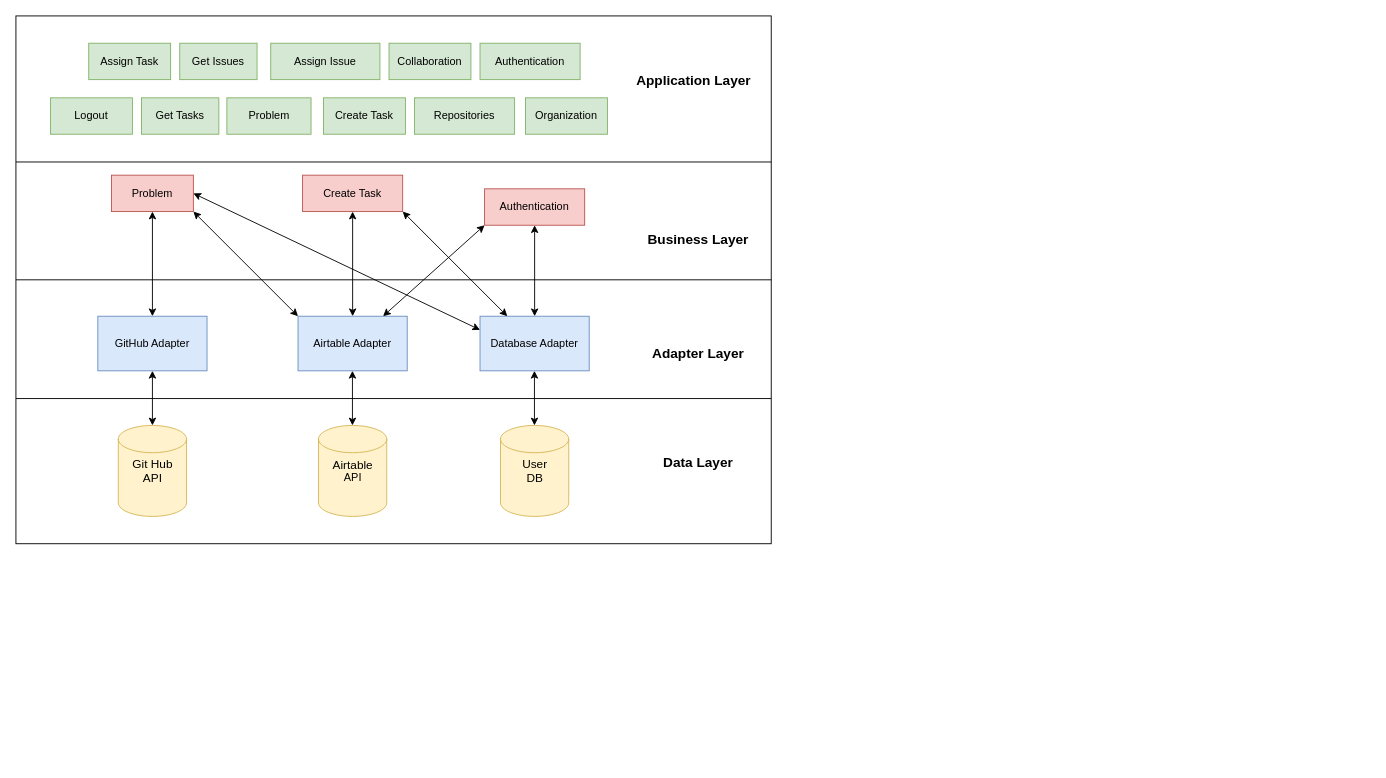
Before: page "Page-1" (1 of 2) of documents/schema.drawio in lucagump/eagle-bot-api, a draw.io diagram. Source tidied: cells renumbered, new cells numbered last; positions are measured from the earlier drawing's top-left corner, leaving out a move shared by most shapes. Both pictures are drawn from the tidied source at 91%, with x=0, y=0 at pixel (15, 15).
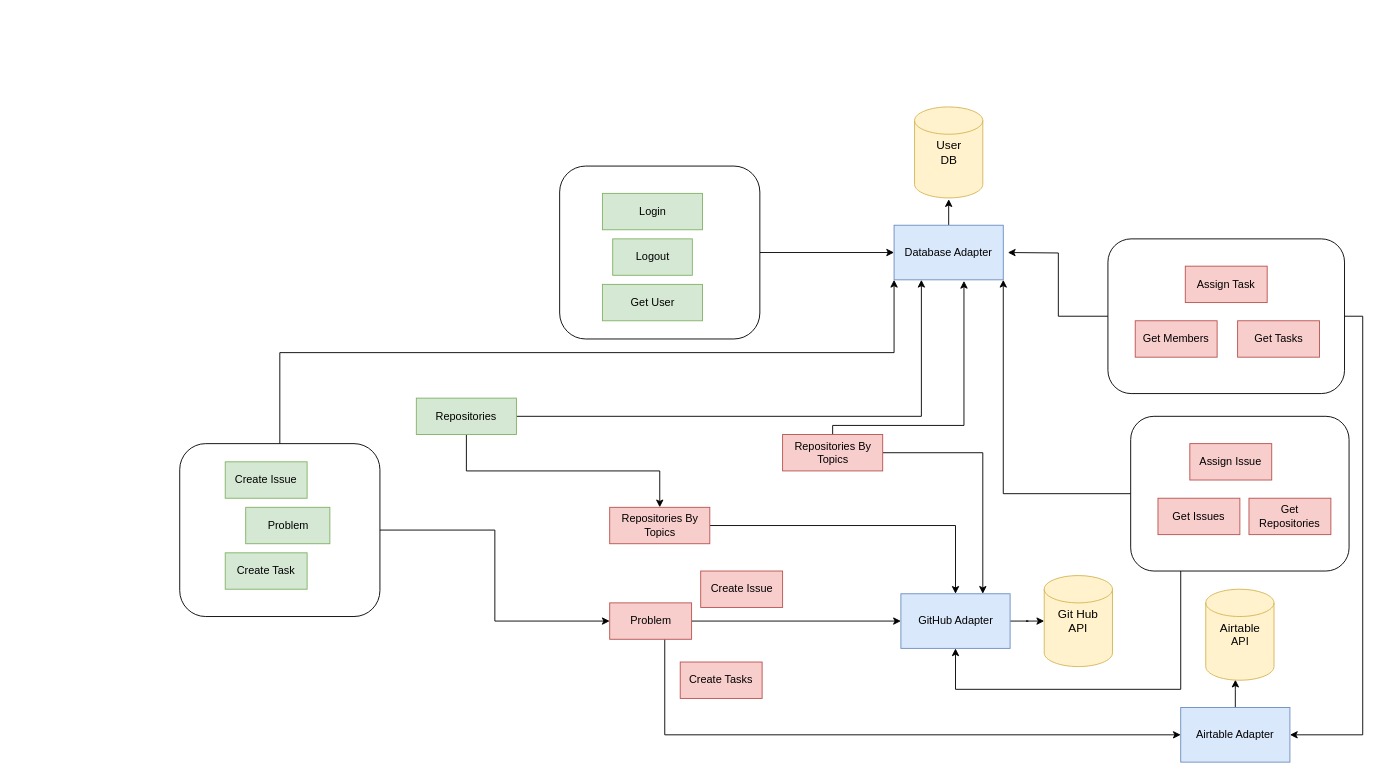
Above is the later version.

Change to the diagram source:
```diff
@@
-    <mxCell id="2" style="rounded=0;whiteSpace=wrap;html=1;fontSize=15;" parent="1" vertex="1">
-      <mxGeometry width="830" height="580" as="geometry" />
-    </mxCell>
+    <mxCell id="40" style="edgeStyle=orthogonalEdgeStyle;rounded=0;jettySize=auto;html=1;entryX=0.5;entryY=1;entryDx=0;entryDy=0;" parent="1" edge="1" source="42" target="4">
+      <mxGeometry relative="1" as="geometry">
+        <Array as="points">
+          <mxPoint x="1280" y="740" />
+          <mxPoint x="1033" y="740" />
+        </Array>
+      </mxGeometry>
+    </mxCell>
+    <mxCell id="41" style="edgeStyle=orthogonalEdgeStyle;rounded=0;jettySize=auto;html=1;entryX=1;entryY=1;entryDx=0;entryDy=0;" parent="1" edge="1" source="42" target="5">
+      <mxGeometry relative="1" as="geometry" />
+    </mxCell>
+    <mxCell id="42" style="rounded=1;whiteSpace=wrap;html=1;" parent="1" vertex="1">
+      <mxGeometry x="1225" y="440" width="240" height="170" as="geometry" />
+    </mxCell>
+    <mxCell id="43" style="edgeStyle=orthogonalEdgeStyle;rounded=0;jettySize=auto;html=1;entryX=0;entryY=0.5;entryDx=0;entryDy=0;" parent="1" edge="1" source="44" target="5">
+      <mxGeometry relative="1" as="geometry" />
+    </mxCell>
+    <mxCell id="44" style="rounded=1;whiteSpace=wrap;html=1;" parent="1" vertex="1">
+      <mxGeometry x="597.5" y="165" width="220" height="190" as="geometry" />
+    </mxCell>
+    <mxCell id="45" style="rounded=1;whiteSpace=wrap;html=1;" parent="1" vertex="1">
+      <mxGeometry x="180" y="470" width="220" height="190" as="geometry" />
+    </mxCell>
+    <mxCell id="46" style="edgeStyle=orthogonalEdgeStyle;rounded=0;jettySize=auto;html=1;" parent="1" edge="1" source="48">
+      <mxGeometry relative="1" as="geometry">
+        <mxPoint x="1090" y="260" as="targetPoint" />
+      </mxGeometry>
+    </mxCell>
+    <mxCell id="47" style="edgeStyle=orthogonalEdgeStyle;rounded=0;jettySize=auto;html=1;entryX=1;entryY=0.5;entryDx=0;entryDy=0;" parent="1" edge="1" source="48" target="6">
+      <mxGeometry relative="1" as="geometry">
+        <Array as="points">
+          <mxPoint x="1480" y="330" />
+          <mxPoint x="1480" y="790" />
+        </Array>
+      </mxGeometry>
+    </mxCell>
+    <mxCell id="48" style="rounded=1;whiteSpace=wrap;html=1;" parent="1" vertex="1">
+      <mxGeometry x="1200" y="245" width="260" height="170" as="geometry" />
+    </mxCell>
+    <mxCell id="49" style="edgeStyle=orthogonalEdgeStyle;rounded=0;jettySize=auto;html=1;entryX=0.501;entryY=1.014;entryDx=0;entryDy=0;entryPerimeter=0;" parent="1" edge="1" source="5" target="8">
+      <mxGeometry relative="1" as="geometry" />
+    </mxCell>
+    <mxCell id="5" value="Database Adapter" style="rounded=0;whiteSpace=wrap;html=1;fillColor=#dae8fc;strokeColor=#6c8ebf;" parent="1" vertex="1">
+      <mxGeometry x="965" y="230" width="120" height="60" as="geometry" />
+    </mxCell>
+    <mxCell id="8" value="&lt;span style=&quot;font-size: 13px&quot;&gt;User&lt;br&gt;DB&lt;br&gt;&lt;/span&gt;" style="shape=cylinder2;whiteSpace=wrap;html=1;boundedLbl=1;backgroundOutline=1;size=15;spacing=2;labelPosition=center;verticalLabelPosition=middle;align=center;verticalAlign=middle;horizontal=1;fillColor=#fff2cc;strokeColor=#d6b656;" parent="1" vertex="1">
+      <mxGeometry x="987.5" y="100" width="75" height="100" as="geometry" />
+    </mxCell>
+    <mxCell id="50" style="edgeStyle=orthogonalEdgeStyle;rounded=0;jettySize=auto;html=1;entryX=0.435;entryY=0.994;entryDx=0;entryDy=0;entryPerimeter=0;" parent="1" edge="1" source="6" target="7">
+      <mxGeometry relative="1" as="geometry" />
+    </mxCell>
+    <mxCell id="6" value="Airtable Adapter" style="rounded=0;whiteSpace=wrap;html=1;fillColor=#dae8fc;strokeColor=#6c8ebf;" parent="1" vertex="1">
+      <mxGeometry x="1280" y="760" width="120" height="60" as="geometry" />
+    </mxCell>
+    <mxCell id="51" style="edgeStyle=orthogonalEdgeStyle;rounded=0;jettySize=auto;html=1;exitX=1;exitY=0.5;exitDx=0;exitDy=0;" parent="1" edge="1" source="4" target="3">
+      <mxGeometry relative="1" as="geometry" />
+    </mxCell>
+    <mxCell id="4" value="GitHub Adapter" style="rounded=0;whiteSpace=wrap;html=1;fillColor=#dae8fc;strokeColor=#6c8ebf;" parent="1" vertex="1">
+      <mxGeometry x="972.5" y="635" width="120" height="60" as="geometry" />
+    </mxCell>
     <mxCell id="3" value="&lt;font style=&quot;font-size: 13px&quot;&gt;Git Hub&lt;br&gt;API&lt;/font&gt;" style="shape=cylinder2;whiteSpace=wrap;html=1;boundedLbl=1;backgroundOutline=1;size=15;spacing=2;labelPosition=center;verticalLabelPosition=middle;align=center;verticalAlign=middle;horizontal=1;fillColor=#fff2cc;strokeColor=#d6b656;" parent="1" vertex="1">
-      <mxGeometry x="112.5" y="450" width="75" height="100" as="geometry" />
+      <mxGeometry x="1130" y="615" width="75" height="100" as="geometry" />
     </mxCell>
-    <mxCell id="4" value="GitHub Adapter" style="rounded=0;whiteSpace=wrap;html=1;fillColor=#dae8fc;strokeColor=#6c8ebf;" parent="1" vertex="1">
-      <mxGeometry x="90" y="330" width="120" height="60" as="geometry" />
-    </mxCell>
-    <mxCell id="5" value="Database Adapter" style="rounded=0;whiteSpace=wrap;html=1;fillColor=#dae8fc;strokeColor=#6c8ebf;" parent="1" vertex="1">
-      <mxGeometry x="510" y="330" width="120" height="60" as="geometry" />
-    </mxCell>
-    <mxCell id="6" value="Airtable Adapter" style="rounded=0;whiteSpace=wrap;html=1;fillColor=#dae8fc;strokeColor=#6c8ebf;" parent="1" vertex="1">
-      <mxGeometry x="310" y="330" width="120" height="60" as="geometry" />
-    </mxCell>
+    <mxCell id="52" value="Login" style="rounded=0;whiteSpace=wrap;html=1;fillColor=#d5e8d4;strokeColor=#82b366;" parent="1" vertex="1">
+      <mxGeometry x="644.5" y="195" width="110" height="40" as="geometry" />
+    </mxCell>
+    <mxCell id="21" value="Logout" style="rounded=0;whiteSpace=wrap;html=1;fillColor=#d5e8d4;strokeColor=#82b366;" parent="1" vertex="1">
+      <mxGeometry x="655.8" y="245" width="87.5" height="40" as="geometry" />
+    </mxCell>
+    <mxCell id="24" value="Create Task" style="rounded=0;whiteSpace=wrap;html=1;fillColor=#d5e8d4;strokeColor=#82b366;" parent="1" vertex="1">
+      <mxGeometry x="230" y="590" width="90" height="40" as="geometry" />
+    </mxCell>
+    <mxCell id="53" style="edgeStyle=orthogonalEdgeStyle;rounded=0;jettySize=auto;html=1;entryX=0;entryY=0.5;entryDx=0;entryDy=0;exitX=1;exitY=0.5;exitDx=0;exitDy=0;" parent="1" edge="1" source="45" target="26">
+      <mxGeometry relative="1" as="geometry" />
+    </mxCell>
+    <mxCell id="54" style="edgeStyle=orthogonalEdgeStyle;rounded=0;jettySize=auto;html=1;entryX=0;entryY=1;entryDx=0;entryDy=0;exitX=0.5;exitY=0;exitDx=0;exitDy=0;" parent="1" edge="1" source="45" target="5">
+      <mxGeometry relative="1" as="geometry">
+        <Array as="points">
+          <mxPoint x="290" y="370" />
+          <mxPoint x="965" y="370" />
+        </Array>
+      </mxGeometry>
+    </mxCell>
+    <mxCell id="25" value="Problem" style="rounded=0;whiteSpace=wrap;html=1;fillColor=#d5e8d4;strokeColor=#82b366;" parent="1" vertex="1">
+      <mxGeometry x="252.5" y="540" width="92.5" height="40" as="geometry" />
+    </mxCell>
+    <mxCell id="55" style="edgeStyle=orthogonalEdgeStyle;rounded=0;jettySize=auto;html=1;exitX=0.5;exitY=1;exitDx=0;exitDy=0;entryX=0.5;entryY=0;entryDx=0;entryDy=0;" parent="1" edge="1" source="36" target="60">
+      <mxGeometry relative="1" as="geometry" />
+    </mxCell>
+    <mxCell id="56" style="edgeStyle=orthogonalEdgeStyle;rounded=0;jettySize=auto;html=1;entryX=0.25;entryY=1;entryDx=0;entryDy=0;" parent="1" edge="1" source="36" target="5">
+      <mxGeometry relative="1" as="geometry" />
+    </mxCell>
+    <mxCell id="36" value="Repositories" style="rounded=0;whiteSpace=wrap;html=1;fillColor=#d5e8d4;strokeColor=#82b366;" parent="1" vertex="1">
+      <mxGeometry x="440" y="420" width="110" height="40" as="geometry" />
+    </mxCell>
+    <mxCell id="57" value="Get User" style="rounded=0;whiteSpace=wrap;html=1;fillColor=#d5e8d4;strokeColor=#82b366;" parent="1" vertex="1">
+      <mxGeometry x="644.5" y="295" width="110" height="40" as="geometry" />
+    </mxCell>
+    <mxCell id="29" style="edgeStyle=orthogonalEdgeStyle;rounded=0;jettySize=auto;html=1;" parent="1" edge="1" source="26" target="4">
+      <mxGeometry relative="1" as="geometry" />
+    </mxCell>
+    <mxCell id="27" style="edgeStyle=orthogonalEdgeStyle;rounded=0;jettySize=auto;html=1;entryX=0;entryY=0.5;entryDx=0;entryDy=0;" parent="1" edge="1" source="26" target="6">
+      <mxGeometry relative="1" as="geometry">
+        <Array as="points">
+          <mxPoint x="713" y="790" />
+        </Array>
+      </mxGeometry>
+    </mxCell>
+    <mxCell id="26" value="Problem" style="rounded=0;whiteSpace=wrap;html=1;fillColor=#f8cecc;strokeColor=#b85450;" parent="1" vertex="1">
+      <mxGeometry x="652.5" y="645" width="90" height="40" as="geometry" />
+    </mxCell>
+    <mxCell id="58" value="Create Issue" style="rounded=0;whiteSpace=wrap;html=1;fillColor=#d5e8d4;strokeColor=#82b366;" parent="1" vertex="1">
+      <mxGeometry x="230" y="490" width="90" height="40" as="geometry" />
+    </mxCell>
+    <mxCell id="59" style="edgeStyle=orthogonalEdgeStyle;rounded=0;jettySize=auto;html=1;entryX=0.5;entryY=0;entryDx=0;entryDy=0;" parent="1" edge="1" source="60" target="4">
+      <mxGeometry relative="1" as="geometry" />
+    </mxCell>
+    <mxCell id="60" value="Repositories By Topics" style="rounded=0;whiteSpace=wrap;html=1;fillColor=#f8cecc;strokeColor=#b85450;" parent="1" vertex="1">
+      <mxGeometry x="652.5" y="540" width="110" height="40" as="geometry" />
+    </mxCell>
+    <mxCell id="61" style="edgeStyle=orthogonalEdgeStyle;rounded=0;jettySize=auto;html=1;entryX=0.75;entryY=0;entryDx=0;entryDy=0;" parent="1" edge="1" source="63" target="4">
+      <mxGeometry relative="1" as="geometry" />
+    </mxCell>
+    <mxCell id="62" style="edgeStyle=orthogonalEdgeStyle;rounded=0;jettySize=auto;html=1;entryX=0.64;entryY=1.019;entryDx=0;entryDy=0;entryPerimeter=0;" parent="1" edge="1" source="63" target="5">
+      <mxGeometry relative="1" as="geometry">
+        <Array as="points">
+          <mxPoint x="898" y="450" />
+          <mxPoint x="1042" y="450" />
+        </Array>
+      </mxGeometry>
+    </mxCell>
+    <mxCell id="63" value="Repositories By Topics" style="rounded=0;whiteSpace=wrap;html=1;fillColor=#f8cecc;strokeColor=#b85450;" parent="1" vertex="1">
+      <mxGeometry x="842.5" y="460" width="110" height="40" as="geometry" />
+    </mxCell>
+    <mxCell id="64" value="Create Tasks" style="rounded=0;whiteSpace=wrap;html=1;fillColor=#f8cecc;strokeColor=#b85450;" parent="1" vertex="1">
+      <mxGeometry x="730" y="710" width="90" height="40" as="geometry" />
+    </mxCell>
+    <mxCell id="65" value="Create Issue" style="rounded=0;whiteSpace=wrap;html=1;fillColor=#f8cecc;strokeColor=#b85450;" parent="1" vertex="1">
+      <mxGeometry x="752.5" y="610" width="90" height="40" as="geometry" />
+    </mxCell>
+    <mxCell id="66" value="Get Members" style="rounded=0;whiteSpace=wrap;html=1;fillColor=#f8cecc;strokeColor=#b85450;" parent="1" vertex="1">
+      <mxGeometry x="1230" y="335" width="90" height="40" as="geometry" />
+    </mxCell>
+    <mxCell id="37" value="Get Tasks" style="rounded=0;whiteSpace=wrap;html=1;fillColor=#f8cecc;strokeColor=#b85450;" parent="1" vertex="1">
+      <mxGeometry x="1342.5" y="335" width="90" height="40" as="geometry" />
+    </mxCell>
+    <mxCell id="22" value="Assign Task" style="rounded=0;whiteSpace=wrap;html=1;fillColor=#f8cecc;strokeColor=#b85450;" parent="1" vertex="1">
+      <mxGeometry x="1285" y="275" width="90" height="40" as="geometry" />
+    </mxCell>
+    <mxCell id="20" value="Get Issues" style="rounded=0;whiteSpace=wrap;html=1;fillColor=#f8cecc;strokeColor=#b85450;" parent="1" vertex="1">
+      <mxGeometry x="1255" y="530" width="90" height="40" as="geometry" />
+    </mxCell>
+    <mxCell id="23" value="Assign Issue" style="rounded=0;whiteSpace=wrap;html=1;fillColor=#f8cecc;strokeColor=#b85450;" parent="1" vertex="1">
+      <mxGeometry x="1290" y="470" width="90" height="40" as="geometry" />
+    </mxCell>
+    <mxCell id="67" value="Get Repositories" style="rounded=0;whiteSpace=wrap;html=1;fillColor=#f8cecc;strokeColor=#b85450;" parent="1" vertex="1">
+      <mxGeometry x="1355" y="530" width="90" height="40" as="geometry" />
+    </mxCell>
     <mxCell id="7" value="&lt;span style=&quot;font-size: 13px&quot;&gt;Airtable&lt;br&gt;&lt;/span&gt;API" style="shape=cylinder2;whiteSpace=wrap;html=1;boundedLbl=1;backgroundOutline=1;size=15;spacing=2;labelPosition=center;verticalLabelPosition=middle;align=center;verticalAlign=middle;horizontal=1;fillColor=#fff2cc;strokeColor=#d6b656;" parent="1" vertex="1">
-      <mxGeometry x="332.5" y="450" width="75" height="100" as="geometry" />
+      <mxGeometry x="1307.5" y="630" width="75" height="100" as="geometry" />
     </mxCell>
-    <mxCell id="8" value="&lt;span style=&quot;font-size: 13px&quot;&gt;User&lt;br&gt;DB&lt;br&gt;&lt;/span&gt;" style="shape=cylinder2;whiteSpace=wrap;html=1;boundedLbl=1;backgroundOutline=1;size=15;spacing=2;labelPosition=center;verticalLabelPosition=middle;align=center;verticalAlign=middle;horizontal=1;fillColor=#fff2cc;strokeColor=#d6b656;" parent="1" vertex="1">
-      <mxGeometry x="532.5" y="450" width="75" height="100" as="geometry" />
-    </mxCell>
-    <mxCell id="9" value="Authentication" style="rounded=0;whiteSpace=wrap;html=1;fillColor=#d5e8d4;strokeColor=#82b366;" parent="1" vertex="1">
-      <mxGeometry x="510" y="30" width="110" height="40" as="geometry" />
-    </mxCell>
-    <mxCell id="10" value="Application Layer" style="text;html=1;strokeColor=none;fillColor=none;align=center;verticalAlign=middle;whiteSpace=wrap;rounded=0;fontStyle=1;fontSize=15;" parent="1" vertex="1">
-      <mxGeometry x="680" y="60" width="130" height="20" as="geometry" />
-    </mxCell>
-    <mxCell id="11" value="Business Layer" style="text;html=1;strokeColor=none;fillColor=none;align=center;verticalAlign=middle;whiteSpace=wrap;rounded=0;fontStyle=1;fontSize=15;" parent="1" vertex="1">
-      <mxGeometry x="680" y="235" width="140" height="20" as="geometry" />
-    </mxCell>
-    <mxCell id="12" value="Adapter Layer" style="text;html=1;strokeColor=none;fillColor=none;align=center;verticalAlign=middle;whiteSpace=wrap;rounded=0;fontStyle=1;fontSize=15;" parent="1" vertex="1">
-      <mxGeometry x="680" y="360" width="140" height="20" as="geometry" />
-    </mxCell>
-    <mxCell id="13" value="Data Layer" style="text;html=1;strokeColor=none;fillColor=none;align=center;verticalAlign=middle;whiteSpace=wrap;rounded=0;fontStyle=1;fontSize=15;" parent="1" vertex="1">
-      <mxGeometry x="670" y="480" width="160" height="20" as="geometry" />
-    </mxCell>
-    <mxCell id="14" style="rounded=0;whiteSpace=wrap;html=1;fillColor=#000000;strokeColor=none;" parent="1" vertex="1">
-      <mxGeometry y="420" width="830" height="1" as="geometry" />
-    </mxCell>
-    <mxCell id="15" style="endArrow=classic;startArrow=classic;html=1;" parent="1" edge="1">
-      <mxGeometry relative="1" as="geometry">
-        <mxPoint x="569.8" y="450" as="sourcePoint" />
-        <mxPoint x="569.8" y="390" as="targetPoint" />
-      </mxGeometry>
-    </mxCell>
-    <mxCell id="16" style="endArrow=classic;startArrow=classic;html=1;" parent="1" edge="1">
-      <mxGeometry relative="1" as="geometry">
-        <mxPoint x="369.8" y="450" as="sourcePoint" />
-        <mxPoint x="369.8" y="390" as="targetPoint" />
-      </mxGeometry>
-    </mxCell>
-    <mxCell id="17" style="endArrow=classic;startArrow=classic;html=1;" parent="1" edge="1" source="3" target="4">
-      <mxGeometry relative="1" as="geometry" />
-    </mxCell>
-    <mxCell id="18" style="rounded=0;whiteSpace=wrap;html=1;fillColor=#000000;strokeColor=none;" parent="1" vertex="1">
-      <mxGeometry y="289.5" width="830" height="1" as="geometry" />
-    </mxCell>
-    <mxCell id="19" style="rounded=0;whiteSpace=wrap;html=1;fillColor=#000000;strokeColor=none;" parent="1" vertex="1">
-      <mxGeometry y="160" width="830" height="1" as="geometry" />
-    </mxCell>
-    <mxCell id="20" value="Get Issues" style="rounded=0;whiteSpace=wrap;html=1;fillColor=#d5e8d4;strokeColor=#82b366;" parent="1" vertex="1">
-      <mxGeometry x="180" y="30" width="85" height="40" as="geometry" />
-    </mxCell>
-    <mxCell id="21" value="Logout" style="rounded=0;whiteSpace=wrap;html=1;fillColor=#d5e8d4;strokeColor=#82b366;" parent="1" vertex="1">
-      <mxGeometry x="38" y="90" width="90" height="40" as="geometry" />
-    </mxCell>
-    <mxCell id="22" value="Assign Task" style="rounded=0;whiteSpace=wrap;html=1;fillColor=#d5e8d4;strokeColor=#82b366;" parent="1" vertex="1">
-      <mxGeometry x="80" y="30" width="90" height="40" as="geometry" />
-    </mxCell>
-    <mxCell id="23" value="Assign Issue" style="rounded=0;whiteSpace=wrap;html=1;fillColor=#d5e8d4;strokeColor=#82b366;" parent="1" vertex="1">
-      <mxGeometry x="280" y="30" width="120" height="40" as="geometry" />
-    </mxCell>
-    <mxCell id="24" value="Create Task" style="rounded=0;whiteSpace=wrap;html=1;fillColor=#d5e8d4;strokeColor=#82b366;" parent="1" vertex="1">
-      <mxGeometry x="338" y="90" width="90" height="40" as="geometry" />
-    </mxCell>
-    <mxCell id="25" value="Problem" style="rounded=0;whiteSpace=wrap;html=1;fillColor=#d5e8d4;strokeColor=#82b366;" parent="1" vertex="1">
-      <mxGeometry x="231.8" y="90" width="92.5" height="40" as="geometry" />
-    </mxCell>
-    <mxCell id="26" value="Problem" style="rounded=0;whiteSpace=wrap;html=1;fillColor=#f8cecc;strokeColor=#b85450;" parent="1" vertex="1">
-      <mxGeometry x="105" y="175" width="90" height="40" as="geometry" />
-    </mxCell>
-    <mxCell id="27" style="endArrow=classic;startArrow=classic;html=1;fontSize=15;entryX=0;entryY=0;entryDx=0;entryDy=0;exitX=1;exitY=1;exitDx=0;exitDy=0;" parent="1" edge="1" source="26" target="6">
-      <mxGeometry relative="1" as="geometry" />
-    </mxCell>
-    <mxCell id="28" style="endArrow=classic;startArrow=classic;html=1;fontSize=15;exitX=1;exitY=0.5;exitDx=0;exitDy=0;entryX=0;entryY=0.25;entryDx=0;entryDy=0;" parent="1" edge="1" source="26" target="5">
-      <mxGeometry relative="1" as="geometry" />
-    </mxCell>
-    <mxCell id="29" style="endArrow=classic;startArrow=classic;html=1;fontSize=15;" parent="1" edge="1" source="26" target="4">
-      <mxGeometry relative="1" as="geometry" />
-    </mxCell>
-    <mxCell id="30" value="Authentication" style="rounded=0;whiteSpace=wrap;html=1;fillColor=#f8cecc;strokeColor=#b85450;" parent="1" vertex="1">
-      <mxGeometry x="515" y="190" width="110" height="40" as="geometry" />
-    </mxCell>
-    <mxCell id="31" style="endArrow=classic;startArrow=classic;html=1;fontSize=15;entryX=0.5;entryY=0;entryDx=0;entryDy=0;" parent="1" edge="1" source="30" target="5">
-      <mxGeometry relative="1" as="geometry" />
-    </mxCell>
-    <mxCell id="32" style="endArrow=classic;startArrow=classic;html=1;fontSize=15;exitX=0;exitY=1;exitDx=0;exitDy=0;" parent="1" edge="1" source="30" target="6">
-      <mxGeometry relative="1" as="geometry" />
-    </mxCell>
-    <mxCell id="33" value="Create Task" style="rounded=0;whiteSpace=wrap;html=1;fillColor=#f8cecc;strokeColor=#b85450;" parent="1" vertex="1">
-      <mxGeometry x="315" y="175" width="110" height="40" as="geometry" />
-    </mxCell>
-    <mxCell id="34" style="endArrow=classic;startArrow=classic;html=1;fontSize=15;exitX=0.5;exitY=1;exitDx=0;exitDy=0;" parent="1" edge="1" source="33" target="6">
-      <mxGeometry relative="1" as="geometry" />
-    </mxCell>
-    <mxCell id="35" style="endArrow=classic;startArrow=classic;html=1;fontSize=15;exitX=1;exitY=1;exitDx=0;exitDy=0;" parent="1" edge="1" source="33" target="5">
-      <mxGeometry relative="1" as="geometry" />
-    </mxCell>
-    <mxCell id="36" value="Repositories" style="rounded=0;whiteSpace=wrap;html=1;fillColor=#d5e8d4;strokeColor=#82b366;" parent="1" vertex="1">
-      <mxGeometry x="438" y="90" width="110" height="40" as="geometry" />
-    </mxCell>
-    <mxCell id="37" value="Get Tasks" style="rounded=0;whiteSpace=wrap;html=1;fillColor=#d5e8d4;strokeColor=#82b366;" parent="1" vertex="1">
-      <mxGeometry x="138" y="90" width="85" height="40" as="geometry" />
-    </mxCell>
-    <mxCell id="38" value="Collaboration" style="rounded=0;whiteSpace=wrap;html=1;fillColor=#d5e8d4;strokeColor=#82b366;" parent="1" vertex="1">
-      <mxGeometry x="410" y="30" width="90" height="40" as="geometry" />
-    </mxCell>
-    <mxCell id="39" value="Organization" style="rounded=0;whiteSpace=wrap;html=1;fillColor=#d5e8d4;strokeColor=#82b366;" parent="1" vertex="1">
-      <mxGeometry x="560" y="90" width="90" height="40" as="geometry" />
-    </mxCell>
```
